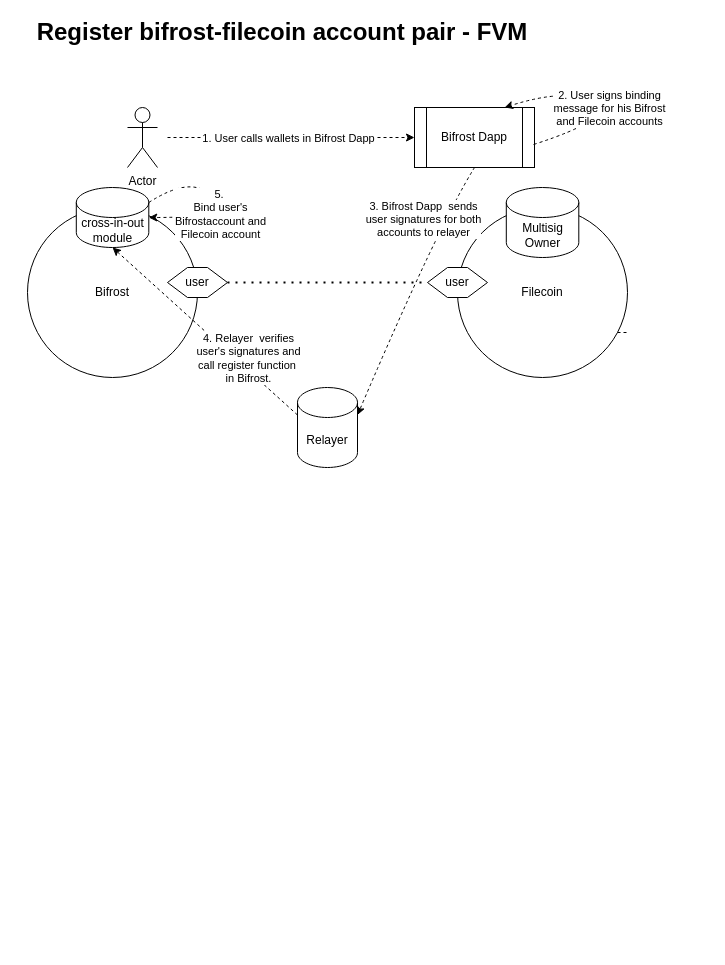
The draw.io diagram vfil-register-account-pair-FVM.drawio in herryho/flowchars, before the edit. Source tidied: cells renumbered, new cells numbered last; positions are measured from the earlier drawing's top-left corner, leaving out a move shared by most shapes. Both pictures are drawn from the tidied source at 100%, with x=0, y=0 at pixel (27, 17).
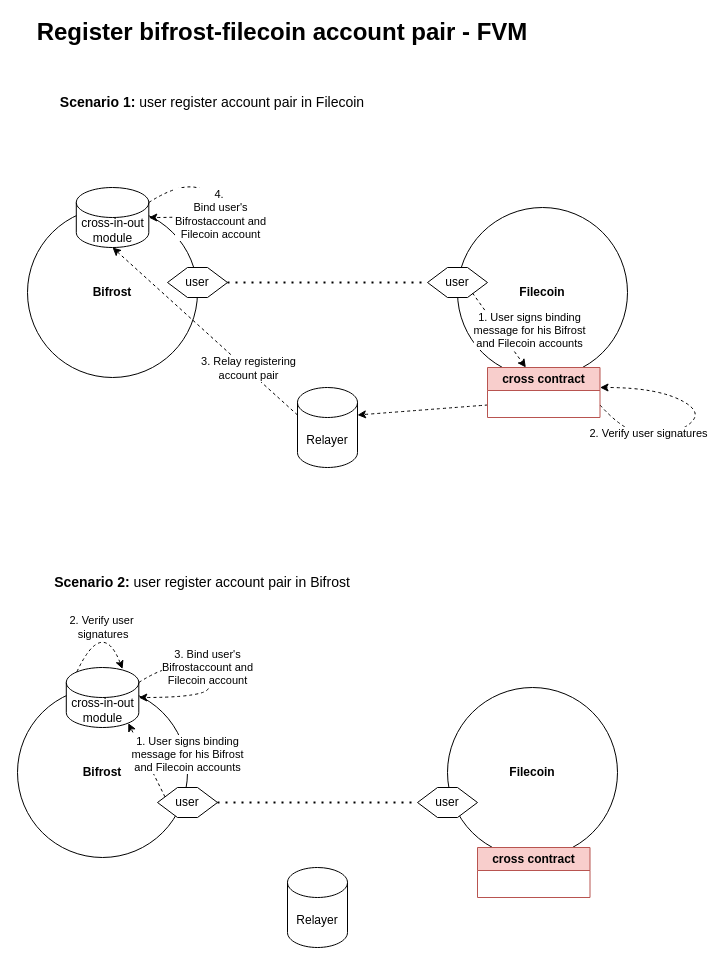
The same diagram, later.

The change refers to these unchanged cells:
```xml
<mxCell id="5" value="user" style="shape=hexagon;perimeter=hexagonPerimeter2;whiteSpace=wrap;html=1;fixedSize=1;" parent="1" vertex="1">
  <mxGeometry x="400" y="250" width="60" height="30" as="geometry" />
</mxCell>
<mxCell id="8" value="cross-in-out module" style="shape=cylinder3;whiteSpace=wrap;html=1;boundedLbl=1;backgroundOutline=1;size=15;" parent="1" vertex="1">
  <mxGeometry x="48.8" y="170" width="72.5" height="60" as="geometry" />
</mxCell>
<mxCell id="10" value="Relayer" style="shape=cylinder3;whiteSpace=wrap;html=1;boundedLbl=1;backgroundOutline=1;size=15;" parent="1" vertex="1">
  <mxGeometry x="270" y="370" width="60" height="80" as="geometry" />
</mxCell>
<mxCell id="12" style="endArrow=classic;html=1;rounded=0;dashed=1;exitX=0;exitY=0;exitDx=0;exitDy=27.5;exitPerimeter=0;entryX=0.5;entryY=1;entryDx=0;entryDy=0;entryPerimeter=0;" parent="1" edge="1" source="10" target="8">
  <mxGeometry relative="1" as="geometry" />
</mxCell>
```

The edit, as a diff of the source:
```diff
@@
-    <mxCell id="2" value="Bifrost" style="ellipse;whiteSpace=wrap;html=1;" parent="1" vertex="1">
+    <mxCell id="2" value="&lt;b&gt;Bifrost&lt;/b&gt;" style="ellipse;whiteSpace=wrap;html=1;" parent="1" vertex="1">
       <mxGeometry y="190" width="170" height="170" as="geometry" />
     </mxCell>
-    <mxCell id="3" value="Filecoin" style="ellipse;whiteSpace=wrap;html=1;" parent="1" vertex="1">
+    <mxCell id="3" value="&lt;b&gt;Filecoin&lt;/b&gt;" style="ellipse;whiteSpace=wrap;html=1;" parent="1" vertex="1">
       <mxGeometry x="430" y="190" width="170" height="170" as="geometry" />
     </mxCell>
@@
-    <mxCell id="7" value="Multisig&lt;br&gt;Owner" style="shape=cylinder3;whiteSpace=wrap;html=1;boundedLbl=1;backgroundOutline=1;size=15;" parent="1" vertex="1">
-      <mxGeometry x="478.8" y="170" width="72.5" height="70" as="geometry" />
-    </mxCell>
@@
-    <mxCell id="9" value="5.&amp;nbsp;&lt;br&gt;Bind user's &lt;br&gt;Bifrostaccount and &lt;br&gt;Filecoin account" style="curved=1;endArrow=classic;html=1;rounded=0;exitX=1;exitY=0;exitDx=0;exitDy=15;exitPerimeter=0;entryX=1;entryY=0.5;entryDx=0;entryDy=0;dashed=1;entryPerimeter=0;" parent="1" edge="1" source="8" target="8">
+    <mxCell id="9" value="4.&amp;nbsp;&lt;br&gt;Bind user's &lt;br&gt;Bifrostaccount and &lt;br&gt;Filecoin account" style="curved=1;endArrow=classic;html=1;rounded=0;exitX=1;exitY=0;exitDx=0;exitDy=15;exitPerimeter=0;entryX=1;entryY=0.5;entryDx=0;entryDy=0;dashed=1;entryPerimeter=0;" parent="1" edge="1" source="8" target="8">
       <mxGeometry x="0.08" y="-10" relative="1" as="geometry">
         <Array as="points">
           <mxPoint x="160" y="160" />
           <mxPoint x="200" y="190" />
           <mxPoint x="170" y="200" />
         </Array>
       </mxGeometry>
     </mxCell>
@@
-    <mxCell id="11" style="endArrow=none;dashed=1;html=1;rounded=0;exitX=1;exitY=0.5;exitDx=0;exitDy=0;" parent="1" edge="1">
-      <mxGeometry relative="1" as="geometry">
-        <mxPoint x="590" y="315" as="sourcePoint" />
-        <mxPoint x="600" y="315" as="targetPoint" />
-      </mxGeometry>
-    </mxCell>
@@
-    <mxCell id="13" value="4. Relayer&amp;nbsp; verifies&lt;br style=&quot;border-color: var(--border-color);&quot;&gt;user's signatures and&lt;br&gt;call register function&amp;nbsp;&lt;br&gt;in Bifrost." style="edgeLabel;html=1;align=center;verticalAlign=middle;" parent="12" vertex="1">
+    <mxCell id="13" value="3. Relay registering&lt;br&gt;account pair" style="edgeLabel;html=1;align=center;verticalAlign=middle;" parent="12" vertex="1">
       <mxGeometry x="-0.11" y="2" relative="1" as="geometry">
-        <mxPoint x="34" y="16" as="offset" />
+        <mxPoint x="34" y="26" as="offset" />
       </mxGeometry>
     </mxCell>
@@
-    <mxCell id="15" value="Bifrost Dapp" style="shape=process;whiteSpace=wrap;html=1;backgroundOutline=1;" parent="1" vertex="1">
-      <mxGeometry x="387" y="90" width="120" height="60" as="geometry" />
-    </mxCell>
-    <mxCell id="16" value="Actor" style="shape=umlActor;verticalLabelPosition=bottom;verticalAlign=top;html=1;" parent="1" vertex="1">
-      <mxGeometry x="100" y="90" width="30" height="60" as="geometry" />
-    </mxCell>
-    <mxCell id="17" style="endArrow=classic;html=1;rounded=0;entryX=0;entryY=0.5;entryDx=0;entryDy=0;dashed=1;" parent="1" edge="1" target="15">
-      <mxGeometry relative="1" as="geometry">
-        <mxPoint x="140" y="120" as="sourcePoint" />
-      </mxGeometry>
-    </mxCell>
-    <mxCell id="18" value="1. User calls wallets in Bifrost Dapp" style="edgeLabel;html=1;align=center;verticalAlign=middle;" parent="17" vertex="1">
-      <mxGeometry x="-0.12" y="2" relative="1" as="geometry">
-        <mxPoint x="11" y="2" as="offset" />
-      </mxGeometry>
-    </mxCell>
-    <mxCell id="19" style="curved=1;endArrow=classic;html=1;rounded=0;exitX=0.992;exitY=0.617;exitDx=0;exitDy=0;exitPerimeter=0;entryX=0.75;entryY=0;entryDx=0;entryDy=0;dashed=1;" parent="1" edge="1" source="15" target="15">
+    <mxCell id="19" style="curved=1;endArrow=classic;html=1;rounded=0;dashed=1;exitX=1;exitY=0.75;exitDx=0;exitDy=0;" parent="1" edge="1" source="24">
       <mxGeometry relative="1" as="geometry">
+        <mxPoint x="572.5" y="370" as="targetPoint" />
         <Array as="points">
-          <mxPoint x="590" y="100" />
-          <mxPoint x="540" y="70" />
+          <mxPoint x="610" y="430" />
+          <mxPoint x="682.5" y="400" />
+          <mxPoint x="632.5" y="370" />
         </Array>
       </mxGeometry>
     </mxCell>
-    <mxCell id="20" value="2. User signs binding&lt;br&gt;message for his Bifrost&lt;br&gt;and Filecoin accounts" style="edgeLabel;html=1;align=center;verticalAlign=middle;" parent="19" vertex="1">
-      <mxGeometry x="0.14" y="3" relative="1" as="geometry">
-        <mxPoint x="21" y="5" as="offset" />
-      </mxGeometry>
-    </mxCell>
+    <mxCell id="23" value="2. Verify user signatures" style="edgeLabel;html=1;align=center;verticalAlign=middle;" parent="19" vertex="1">
+      <mxGeometry x="-0.43" y="9" relative="1" as="geometry" />
+    </mxCell>
-    <mxCell id="21" style="curved=1;endArrow=classic;html=1;rounded=0;dashed=1;exitX=0.5;exitY=1;exitDx=0;exitDy=0;entryX=1;entryY=0;entryDx=0;entryDy=27.5;entryPerimeter=0;" parent="1" edge="1" source="15" target="10">
-      <mxGeometry relative="1" as="geometry">
-        <Array as="points">
-          <mxPoint x="410" y="210" />
-        </Array>
-      </mxGeometry>
+    <mxCell id="21" style="curved=1;endArrow=classic;html=1;rounded=0;dashed=1;exitX=0;exitY=0.75;exitDx=0;exitDy=0;entryX=1;entryY=0;entryDx=0;entryDy=27.5;entryPerimeter=0;" parent="1" edge="1" source="24" target="10">
+      <mxGeometry relative="1" as="geometry" />
     </mxCell>
-    <mxCell id="22" value="3. Bifrost Dapp&amp;nbsp; sends&lt;br&gt;user signatures for both &lt;br&gt;accounts to relayer" style="edgeLabel;html=1;align=center;verticalAlign=middle;" parent="21" vertex="1">
-      <mxGeometry y="-9" relative="1" as="geometry">
-        <mxPoint x="20" y="-66" as="offset" />
-      </mxGeometry>
-    </mxCell>
+    <mxCell id="24" value="cross contract" style="swimlane;whiteSpace=wrap;html=1;fillColor=#f8cecc;strokeColor=#b85450;" parent="1" vertex="1">
+      <mxGeometry x="460" y="350" width="112.5" height="50" as="geometry" />
+    </mxCell>
+    <mxCell id="25" style="endArrow=classic;html=1;rounded=0;exitX=0.75;exitY=0.85;exitDx=0;exitDy=0;exitPerimeter=0;dashed=1;" parent="1" edge="1" source="5" target="24">
+      <mxGeometry relative="1" as="geometry" />
+    </mxCell>
+    <mxCell id="26" value="1. User signs binding&lt;br style=&quot;border-color: var(--border-color);&quot;&gt;message for his Bifrost&lt;br style=&quot;border-color: var(--border-color);&quot;&gt;and Filecoin accounts" style="edgeLabel;html=1;align=center;verticalAlign=middle;" parent="25" vertex="1">
+      <mxGeometry x="-0.42" y="-2" relative="1" as="geometry">
+        <mxPoint x="42" y="14" as="offset" />
+      </mxGeometry>
+    </mxCell>
+    <mxCell id="27" value="&lt;font style=&quot;font-size: 14px;&quot;&gt;&lt;b&gt;Scenario 1:&lt;/b&gt; user register account pair in Filecoin&lt;/font&gt;" style="text;html=1;strokeColor=none;fillColor=none;align=center;verticalAlign=middle;whiteSpace=wrap;rounded=0;" parent="1" vertex="1">
+      <mxGeometry x="20" y="70" width="330" height="30" as="geometry" />
+    </mxCell>
+    <mxCell id="28" value="&lt;b&gt;Bifrost&lt;/b&gt;" style="ellipse;whiteSpace=wrap;html=1;" parent="1" vertex="1">
+      <mxGeometry x="-10" y="670" width="170" height="170" as="geometry" />
+    </mxCell>
+    <mxCell id="29" value="&lt;b&gt;Filecoin&lt;/b&gt;" style="ellipse;whiteSpace=wrap;html=1;" parent="1" vertex="1">
+      <mxGeometry x="420" y="670" width="170" height="170" as="geometry" />
+    </mxCell>
+    <mxCell id="30" value="user" style="shape=hexagon;perimeter=hexagonPerimeter2;whiteSpace=wrap;html=1;fixedSize=1;" parent="1" vertex="1">
+      <mxGeometry x="130" y="770" width="60" height="30" as="geometry" />
+    </mxCell>
+    <mxCell id="31" value="user" style="shape=hexagon;perimeter=hexagonPerimeter2;whiteSpace=wrap;html=1;fixedSize=1;" parent="1" vertex="1">
+      <mxGeometry x="390" y="770" width="60" height="30" as="geometry" />
+    </mxCell>
+    <mxCell id="32" style="endArrow=none;dashed=1;html=1;dashPattern=1 3;strokeWidth=2;rounded=0;exitX=1;exitY=0.5;exitDx=0;exitDy=0;entryX=0;entryY=0.5;entryDx=0;entryDy=0;" parent="1" edge="1" source="30" target="31">
+      <mxGeometry relative="1" as="geometry" />
+    </mxCell>
+    <mxCell id="33" value="cross-in-out module" style="shape=cylinder3;whiteSpace=wrap;html=1;boundedLbl=1;backgroundOutline=1;size=15;" parent="1" vertex="1">
+      <mxGeometry x="38.8" y="650" width="72.5" height="60" as="geometry" />
+    </mxCell>
+    <mxCell id="34" value="3.&amp;nbsp;Bind user's &lt;br&gt;Bifrostaccount and &lt;br&gt;Filecoin account" style="curved=1;endArrow=classic;html=1;rounded=0;exitX=1;exitY=0;exitDx=0;exitDy=15;exitPerimeter=0;entryX=1;entryY=0.5;entryDx=0;entryDy=0;dashed=1;entryPerimeter=0;" parent="1" edge="1" source="33" target="33">
+      <mxGeometry x="-0.14" y="10" relative="1" as="geometry">
+        <Array as="points">
+          <mxPoint x="150" y="640" />
+          <mxPoint x="190" y="670" />
+          <mxPoint x="160" y="680" />
+        </Array>
+      </mxGeometry>
+    </mxCell>
+    <mxCell id="35" value="Relayer" style="shape=cylinder3;whiteSpace=wrap;html=1;boundedLbl=1;backgroundOutline=1;size=15;" parent="1" vertex="1">
+      <mxGeometry x="260" y="850" width="60" height="80" as="geometry" />
+    </mxCell>
+    <mxCell id="36" value="cross contract" style="swimlane;whiteSpace=wrap;html=1;fillColor=#f8cecc;strokeColor=#b85450;" parent="1" vertex="1">
+      <mxGeometry x="450" y="830" width="112.5" height="50" as="geometry" />
+    </mxCell>
+    <mxCell id="37" value="&lt;font style=&quot;font-size: 14px;&quot;&gt;&lt;b&gt;Scenario 2:&lt;/b&gt; user register account pair in Bifrost&lt;/font&gt;" style="text;html=1;strokeColor=none;fillColor=none;align=center;verticalAlign=middle;whiteSpace=wrap;rounded=0;" parent="1" vertex="1">
+      <mxGeometry x="10" y="550" width="330" height="30" as="geometry" />
+    </mxCell>
+    <mxCell id="38" style="endArrow=classic;html=1;rounded=0;entryX=0.855;entryY=1;entryDx=0;entryDy=-4.35;entryPerimeter=0;exitX=0;exitY=0.25;exitDx=0;exitDy=0;dashed=1;" parent="1" edge="1" source="30" target="33">
+      <mxGeometry relative="1" as="geometry" />
+    </mxCell>
+    <mxCell id="39" value="1. User signs binding&lt;br style=&quot;border-color: var(--border-color);&quot;&gt;message for his Bifrost&lt;br style=&quot;border-color: var(--border-color);&quot;&gt;and Filecoin accounts" style="edgeLabel;html=1;align=center;verticalAlign=middle;" parent="38" vertex="1">
+      <mxGeometry x="0.13" y="-2" relative="1" as="geometry">
+        <mxPoint x="41" as="offset" />
+      </mxGeometry>
+    </mxCell>
+    <mxCell id="40" style="curved=1;endArrow=classic;html=1;rounded=0;exitX=0.145;exitY=0;exitDx=0;exitDy=4.35;exitPerimeter=0;dashed=1;entryX=0.776;entryY=0.025;entryDx=0;entryDy=0;entryPerimeter=0;" parent="1" edge="1" source="33" target="33">
+      <mxGeometry relative="1" as="geometry">
+        <Array as="points">
+          <mxPoint x="75" y="600" />
+        </Array>
+      </mxGeometry>
+    </mxCell>
+    <mxCell id="41" value="2. Verify user&lt;br&gt;&amp;nbsp;signatures" style="edgeLabel;html=1;align=center;verticalAlign=middle;" parent="40" vertex="1">
+      <mxGeometry x="-0.01" relative="1" as="geometry">
+        <mxPoint y="7" as="offset" />
+      </mxGeometry>
+    </mxCell>
```
